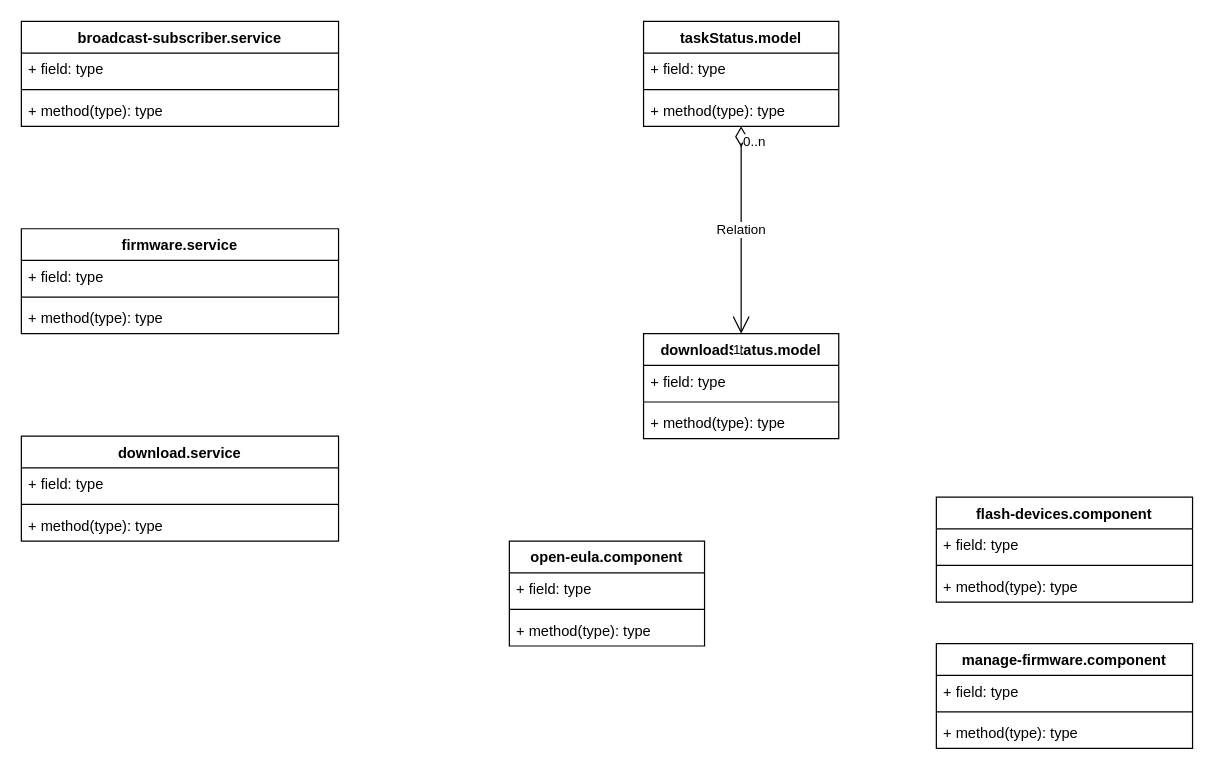
This is download flow.drawio from ten-ltw/diagrams, a draw.io file, before an edit. Source tidied: cells renumbered, new cells numbered last; positions are measured from the earlier drawing's top-left corner, leaving out a move shared by most shapes. Both pictures are drawn from the tidied source at 122%, with x=0, y=0 at pixel (21, 21).
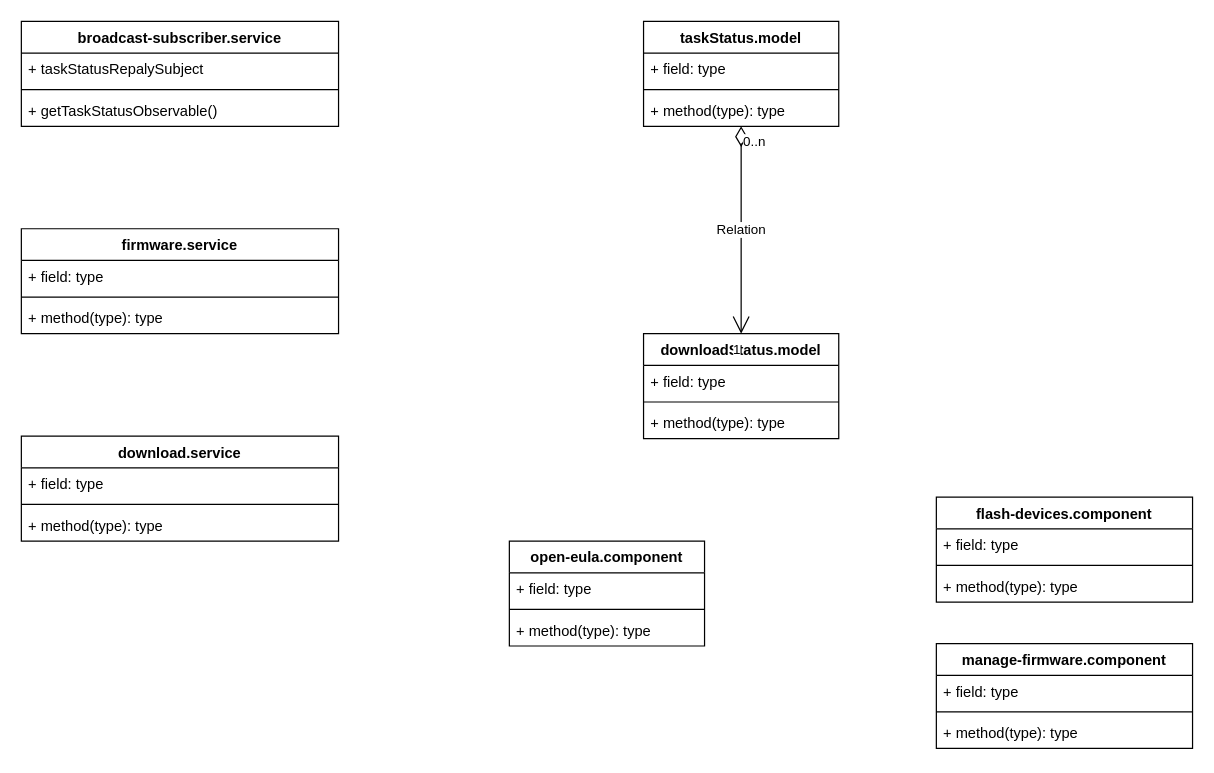
Above is the later version.

Unchanged cells that the change refers to:
```xml
<mxCell id="2" value="broadcast-subscriber.service" style="swimlane;fontStyle=1;align=center;verticalAlign=top;horizontal=1;startSize=26;" parent="1" vertex="1">
  <mxGeometry width="260" height="86" as="geometry" />
</mxCell>
```

Diff of the diagram source:
```diff
@@
-    <mxCell id="3" value="+ field: type" style="text;strokeColor=none;fillColor=none;align=left;verticalAlign=top;spacingLeft=4;spacingRight=4;overflow=hidden;" parent="2" vertex="1">
+    <mxCell id="3" value="+ taskStatusRepalySubject" style="text;strokeColor=none;fillColor=none;align=left;verticalAlign=top;spacingLeft=4;spacingRight=4;overflow=hidden;" parent="2" vertex="1">
       <mxGeometry y="26" width="260" height="26" as="geometry" />
     </mxCell>
@@
-    <mxCell id="5" value="+ method(type): type" style="text;strokeColor=none;fillColor=none;align=left;verticalAlign=top;spacingLeft=4;spacingRight=4;overflow=hidden;" parent="2" vertex="1">
+    <mxCell id="5" value="+ getTaskStatusObservable()" style="text;strokeColor=none;fillColor=none;align=left;verticalAlign=top;spacingLeft=4;spacingRight=4;overflow=hidden;" parent="2" vertex="1">
       <mxGeometry y="60" width="260" height="26" as="geometry" />
     </mxCell>
```
